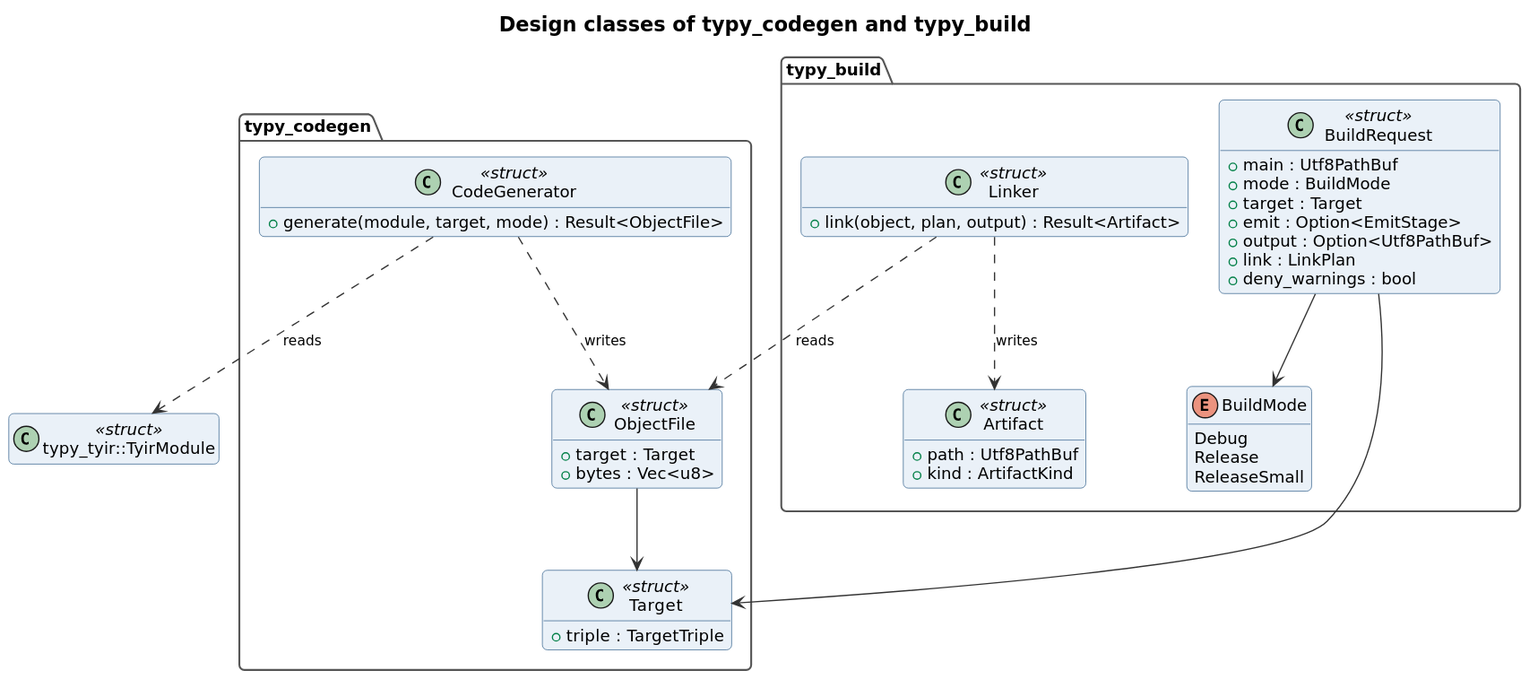
This is docs/diagrams/class-design-codegen-and-build.svg from typy-lang/typy, a PlantUML export, as it was before one commit. Its source is kept beside it as docs/diagrams/class-design-codegen-and-build.puml.
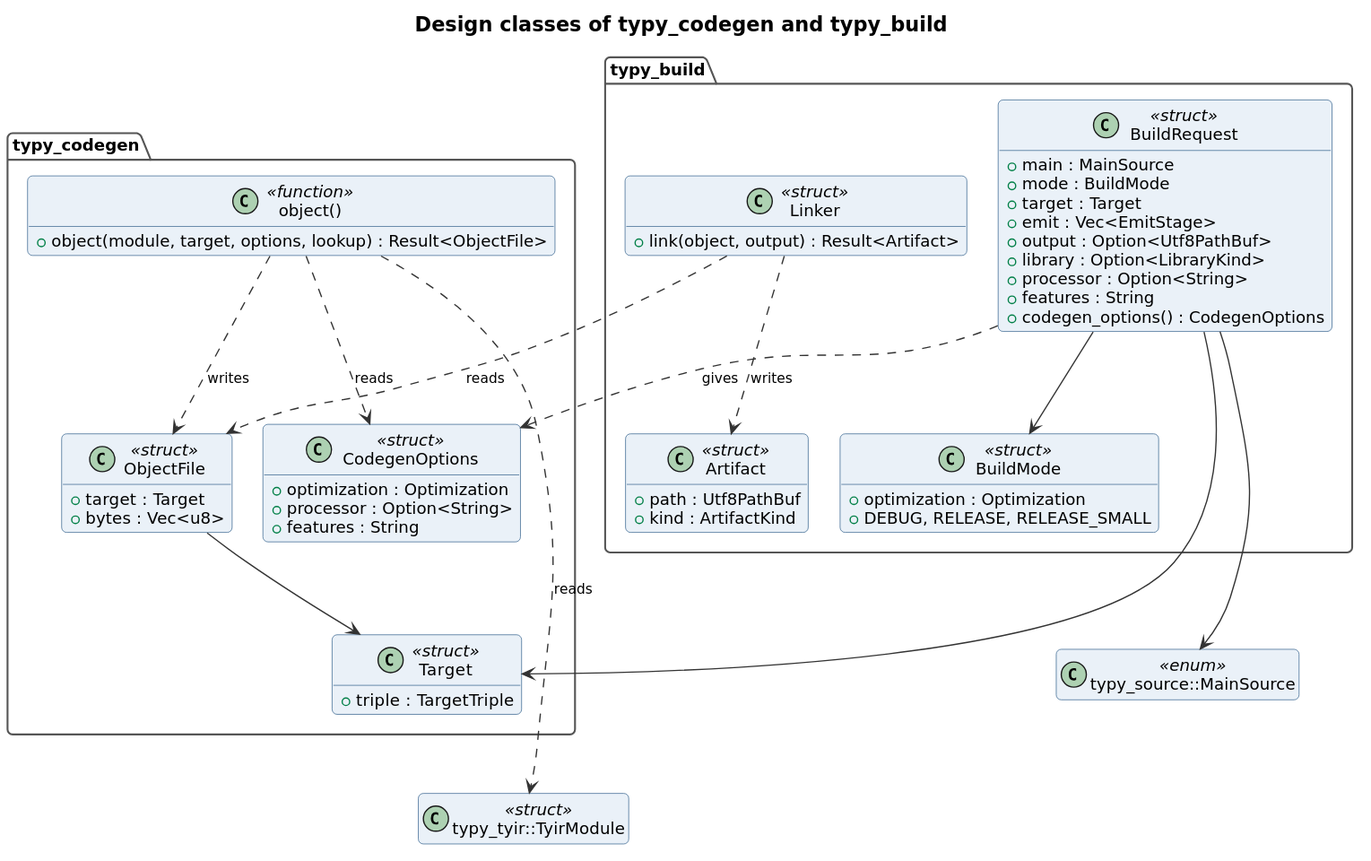
Above is the later version.

The edit, as a diff of the source:
```diff
@@ -5,8 +5,13 @@
 skinparam nodesep 25
 
 package "typy_codegen" as CodegenCrate {
-    class CodeGenerator <<struct>> {
-        {field} +generate(module, target, mode) : Result<ObjectFile>
+    class "object()" as GenerateObject <<function>> {
+        {field} +object(module, target, options, lookup) : Result<ObjectFile>
+    }
+    class CodegenOptions <<struct>> {
+        +optimization : Optimization
+        +processor : Option<String>
+        +features : String
     }
     class Target <<struct>> {
         +triple : TargetTriple
@@ -19,21 +24,22 @@
 
 package "typy_build" as BuildCrate {
     class BuildRequest <<struct>> {
-        +main : Utf8PathBuf
+        +main : MainSource
         +mode : BuildMode
         +target : Target
-        +emit : Option<EmitStage>
+        +emit : Vec<EmitStage>
         +output : Option<Utf8PathBuf>
-        +link : LinkPlan
-        +deny_warnings : bool
+        +library : Option<LibraryKind>
+        +processor : Option<String>
+        +features : String
+        {field} +codegen_options() : CodegenOptions
     }
-    enum BuildMode {
-        Debug
-        Release
-        ReleaseSmall
+    class BuildMode <<struct>> {
+        +optimization : Optimization
+        {field} +DEBUG, RELEASE, RELEASE_SMALL
     }
     class Linker <<struct>> {
-        {field} +link(object, plan, output) : Result<Artifact>
+        {field} +link(object, output) : Result<Artifact>
     }
     class Artifact <<struct>> {
         +path : Utf8PathBuf
@@ -42,12 +48,18 @@
 }
 
 class "typy_tyir::TyirModule" as TyirModule <<struct>>
+class "typy_source::MainSource" as MainSource <<enum>>
 
-CodeGenerator ..> TyirModule : reads
-CodeGenerator ..> ObjectFile : writes
+GenerateObject ..> TyirModule : reads
+GenerateObject ..> CodegenOptions : reads
+GenerateObject ..> ObjectFile : writes
 ObjectFile --> Target
+BuildRequest --> MainSource
 BuildRequest --> BuildMode
 BuildRequest --> Target
+BuildRequest ..> CodegenOptions : gives
 Linker ..> ObjectFile : reads
 Linker ..> Artifact : writes
+Target -[hidden]down- TyirModule
+BuildMode -[hidden]down- MainSource
 @enduml
```
